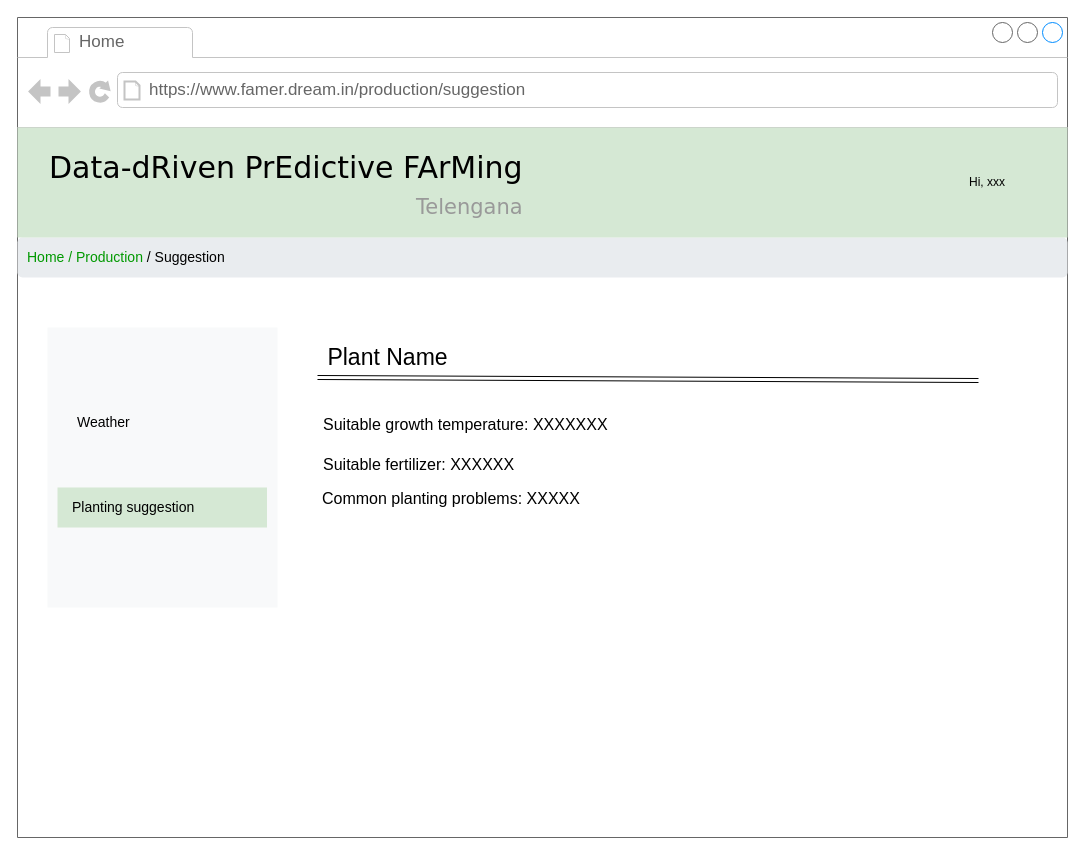
Before: page "fm-suggestion" (20 of 25) of RASD/diagrams/User Interface.drawio in ictar/DREAM-SE2-Project-2022, a draw.io diagram. Source tidied: cells renumbered, new cells numbered last; positions are measured from the earlier drawing's top-left corner, leaving out a move shared by most shapes. Both pictures are drawn from the tidied source at 100%, with x=0, y=0 at pixel (17, 17).
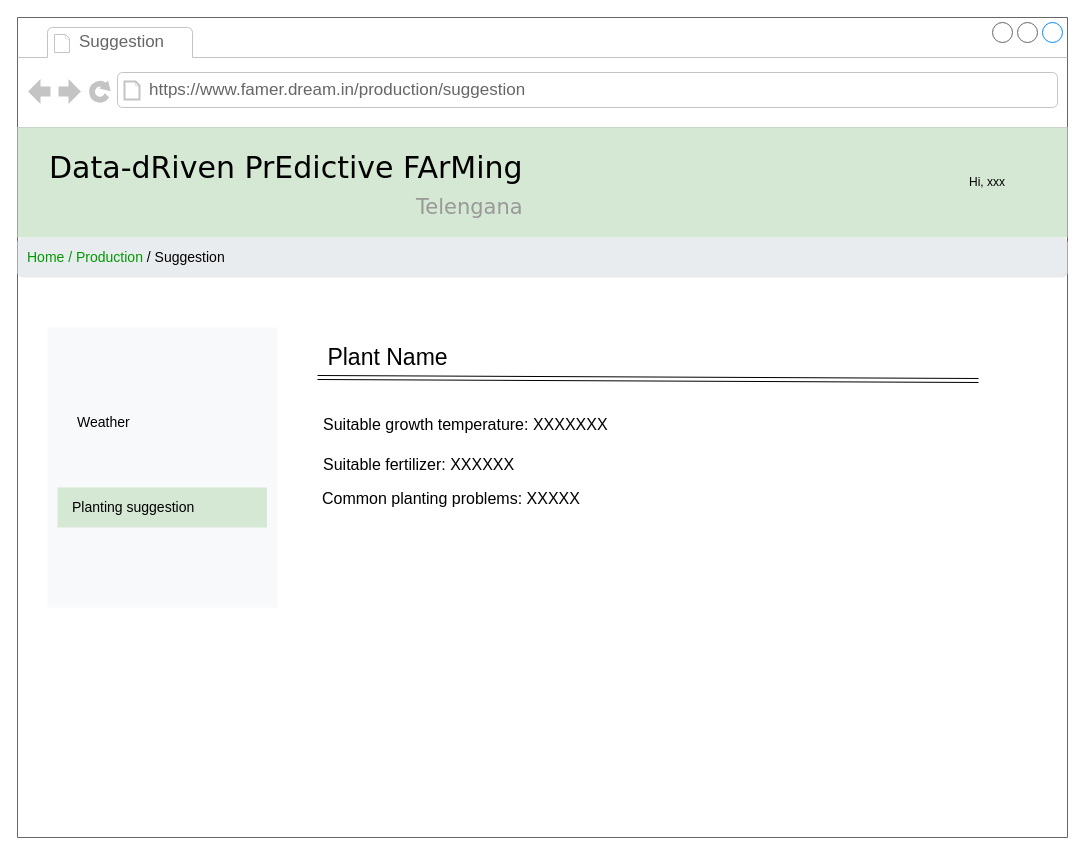
The same diagram, later.

The change refers to these unchanged cells:
```xml
<mxCell id="2" style="strokeWidth=1;shadow=0;dashed=0;align=center;html=1;shape=mxgraph.mockup.containers.browserWindow;rSize=0;strokeColor=none;mainText=,;rounded=0;labelBackgroundColor=none;fontFamily=Verdana;fontSize=12;" parent="1" vertex="1">
  <mxGeometry width="1050" height="820" as="geometry" />
</mxCell>
```

What changed in the source:
```diff
@@
-    <mxCell id="3" value="Home" style="strokeWidth=1;shadow=0;dashed=0;align=center;html=1;shape=mxgraph.mockup.containers.anchor;fontSize=17;fontColor=#666666;align=left;" parent="2" vertex="1">
+    <mxCell id="3" value="Suggestion" style="strokeWidth=1;shadow=0;dashed=0;align=center;html=1;shape=mxgraph.mockup.containers.anchor;fontSize=17;fontColor=#666666;align=left;" parent="2" vertex="1">
       <mxGeometry x="60" y="12" width="110" height="26" as="geometry" />
     </mxCell>
```
